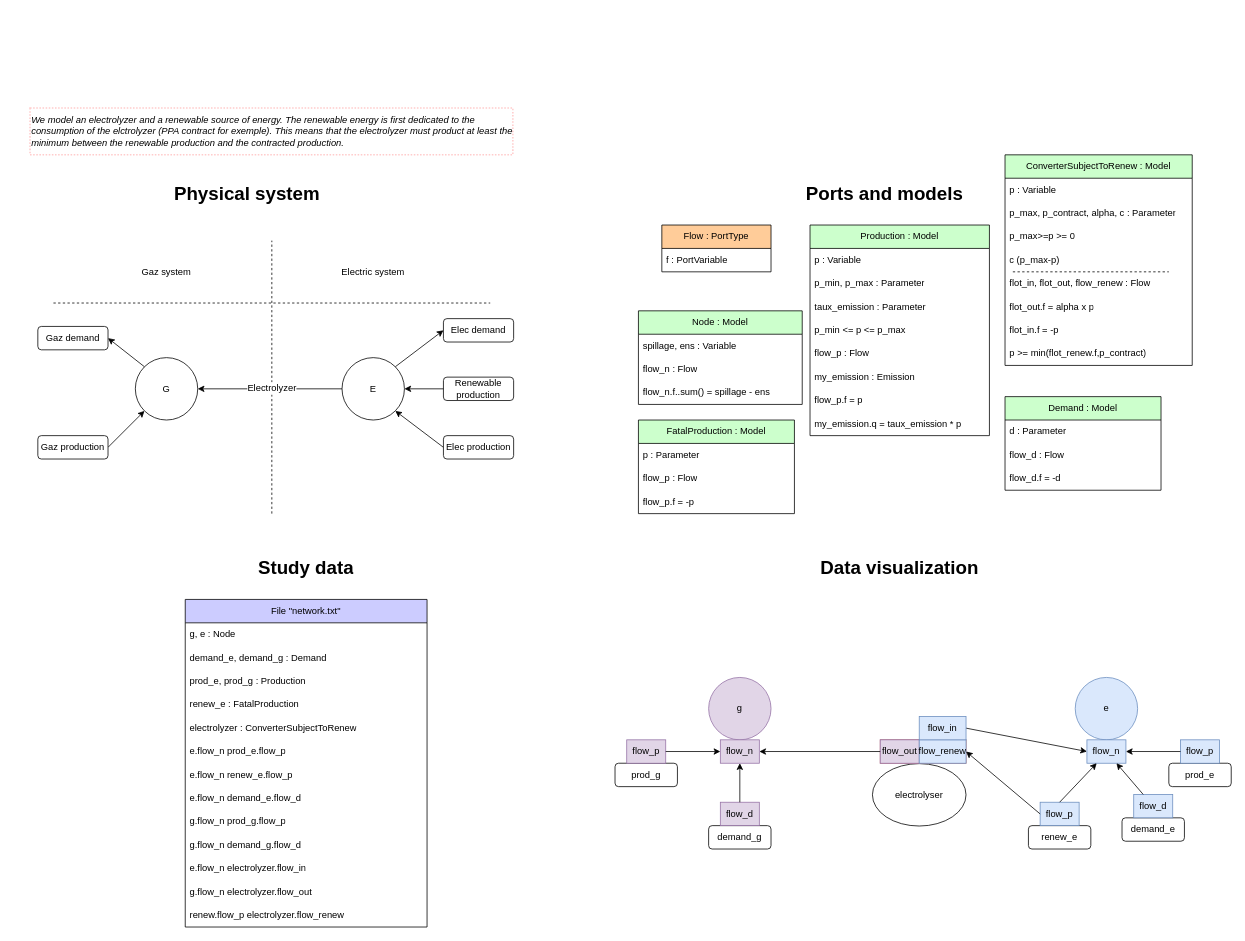
Above: page "systems_linked_by_electrolyzer" (3 of 3) of models-design/systems/electrolyzer_subject_to_renawable.drawio in AntaresSimulatorTeam/andromede-modeling-prototype (draw.io), before the change. Source tidied: cells renumbered, new cells numbered last; positions are measured from the earlier drawing's top-left corner, leaving out a move shared by most shapes. Both pictures are drawn from the tidied source at 78%, with x=0, y=0 at pixel (13, 108).
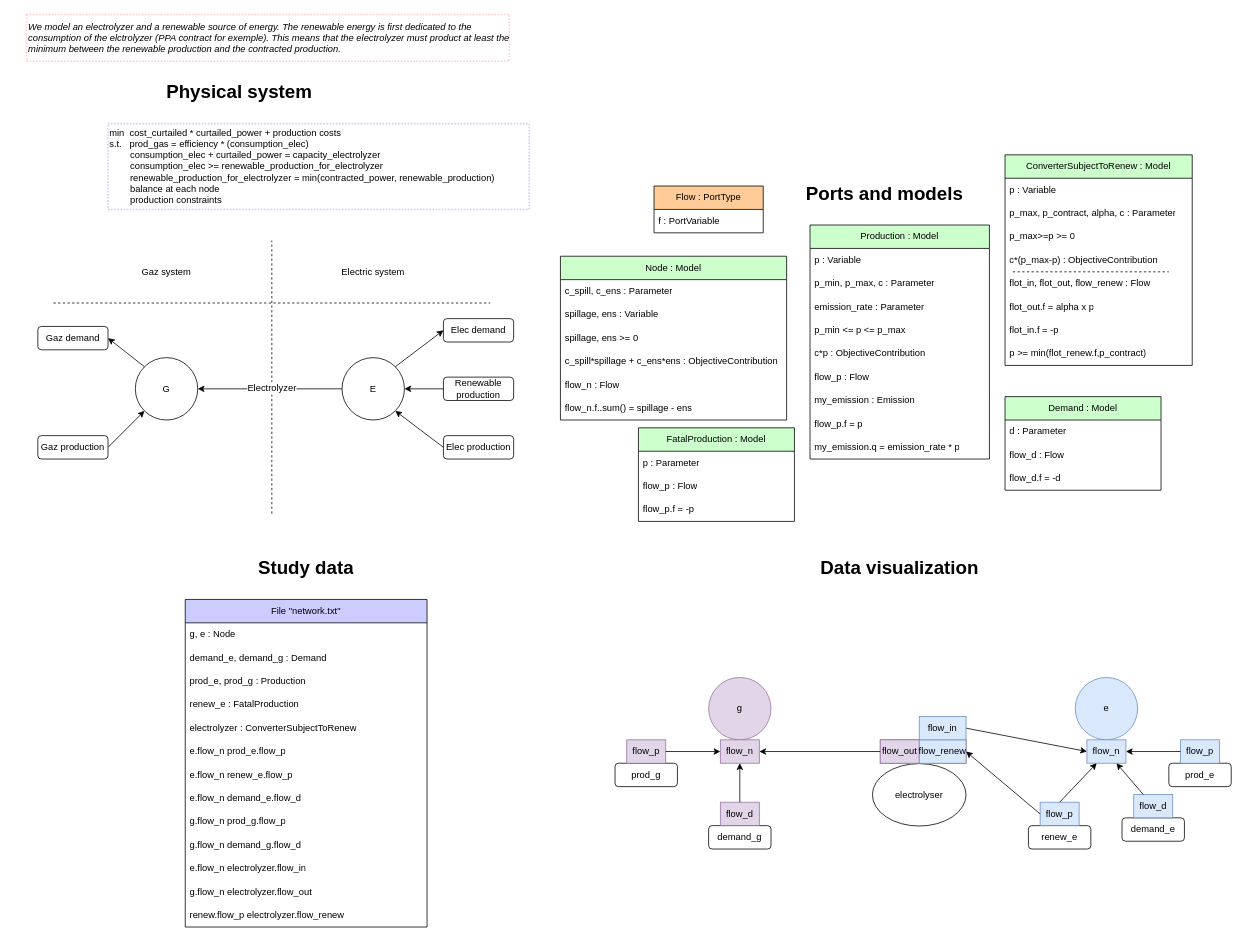
The same diagram, later.

The change refers to these unchanged cells:
```xml
<mxCell id="20" style="group;" parent="1" vertex="1">
  <mxGeometry x="781" y="90" width="730" height="460" as="geometry" />
</mxCell>
<mxCell id="28" value="&lt;font color=&quot;#000000&quot;&gt;ConverterSubjectToRenew : Model&lt;/font&gt;" style="swimlane;fontStyle=0;horizontal=1;startSize=30;whiteSpace=wrap;html=1;fillColor=#CCFFCC;" parent="20" vertex="1">
  <mxGeometry x="490" y="-30" width="240" height="270" as="geometry" />
</mxCell>
```

Diff of the diagram source:
```diff
@@
     <mxCell id="19" value="&lt;h1&gt;Physical system&lt;br&gt;&lt;/h1&gt;" style="text;html=1;strokeColor=none;fillColor=none;spacing=5;spacingTop=-20;whiteSpace=wrap;overflow=hidden;rounded=0;" parent="1" vertex="1">
-      <mxGeometry x="201" y="90" width="250" height="40" as="geometry" />
+      <mxGeometry x="191" y="-40" width="250" height="40" as="geometry" />
     </mxCell>
@@
     <mxCell id="22" value="Flow : PortType" style="swimlane;fontStyle=0;horizontal=1;startSize=30;whiteSpace=wrap;html=1;fillColor=#FFCC99;" parent="20" vertex="1">
-      <mxGeometry x="50" y="60" width="140" height="60" as="geometry" />
+      <mxGeometry x="40" y="10" width="140" height="60" as="geometry" />
     </mxCell>
@@
-    <mxCell id="24" value="Node : Model" style="swimlane;fontStyle=0;horizontal=1;startSize=30;whiteSpace=wrap;html=1;fillColor=#CCFFCC;fontColor=#000000;" parent="20" vertex="1">
-      <mxGeometry x="20" y="170" width="210" height="120" as="geometry" />
-    </mxCell>
-    <mxCell id="25" value="spillage, ens : Variable" style="text;strokeColor=none;fillColor=none;align=left;verticalAlign=middle;spacingLeft=4;spacingRight=4;overflow=hidden;whiteSpace=wrap;html=1;" parent="24" vertex="1">
-      <mxGeometry y="30" width="210" height="30" as="geometry" />
-    </mxCell>
-    <mxCell id="26" value="flow_n : Flow" style="text;strokeColor=none;fillColor=none;align=left;verticalAlign=middle;spacingLeft=4;spacingRight=4;overflow=hidden;whiteSpace=wrap;html=1;" parent="24" vertex="1">
-      <mxGeometry y="60" width="210" height="30" as="geometry" />
-    </mxCell>
-    <mxCell id="27" value="flow_n.f..sum() = spillage - ens" style="text;strokeColor=none;fillColor=none;align=left;verticalAlign=middle;spacingLeft=4;spacingRight=4;overflow=hidden;whiteSpace=wrap;html=1;" parent="24" vertex="1">
-      <mxGeometry y="90" width="210" height="30" as="geometry" />
-    </mxCell>
@@
-    <mxCell id="32" value="c (p_max-p)" style="text;strokeColor=none;fillColor=none;align=left;verticalAlign=middle;spacingLeft=4;spacingRight=4;overflow=hidden;whiteSpace=wrap;html=1;" parent="28" vertex="1">
+    <mxCell id="32" value="c*(p_max-p) : ObjectiveContribution" style="text;strokeColor=none;fillColor=none;align=left;verticalAlign=middle;spacingLeft=4;spacingRight=4;overflow=hidden;whiteSpace=wrap;html=1;" parent="28" vertex="1">
       <mxGeometry y="120" width="240" height="30" as="geometry" />
     </mxCell>
@@
     <mxCell id="42" value="FatalProduction : Model" style="swimlane;fontStyle=0;horizontal=1;startSize=30;whiteSpace=wrap;html=1;fillColor=#CCFFCC;fontColor=#000000;" parent="20" vertex="1">
-      <mxGeometry x="20" y="310" width="200" height="120" as="geometry" />
+      <mxGeometry x="20" y="320" width="200" height="120" as="geometry" />
     </mxCell>
@@
+    <mxCell id="24" value="Node : Model" style="swimlane;fontStyle=0;horizontal=1;startSize=30;whiteSpace=wrap;html=1;fillColor=#CCFFCC;fontColor=#000000;" parent="20" vertex="1">
+      <mxGeometry x="-80" y="100" width="290" height="210" as="geometry" />
+    </mxCell>
+    <mxCell id="110" value="c_spill, c_ens : Parameter" style="text;strokeColor=none;fillColor=none;align=left;verticalAlign=middle;spacingLeft=4;spacingRight=4;overflow=hidden;whiteSpace=wrap;html=1;" parent="24" vertex="1">
+      <mxGeometry y="30" width="290" height="30" as="geometry" />
+    </mxCell>
+    <mxCell id="25" value="spillage, ens : Variable" style="text;strokeColor=none;fillColor=none;align=left;verticalAlign=middle;spacingLeft=4;spacingRight=4;overflow=hidden;whiteSpace=wrap;html=1;" parent="24" vertex="1">
+      <mxGeometry y="60" width="290" height="30" as="geometry" />
+    </mxCell>
+    <mxCell id="111" value="spillage, ens &amp;gt;= 0" style="text;strokeColor=none;fillColor=none;align=left;verticalAlign=middle;spacingLeft=4;spacingRight=4;overflow=hidden;whiteSpace=wrap;html=1;" parent="24" vertex="1">
+      <mxGeometry y="90" width="290" height="30" as="geometry" />
+    </mxCell>
+    <mxCell id="112" value="c_spill*spillage + c_ens*ens : ObjectiveContribution" style="text;strokeColor=none;fillColor=none;align=left;verticalAlign=middle;spacingLeft=4;spacingRight=4;overflow=hidden;whiteSpace=wrap;html=1;" parent="24" vertex="1">
+      <mxGeometry y="120" width="290" height="30" as="geometry" />
+    </mxCell>
+    <mxCell id="26" value="flow_n : Flow" style="text;strokeColor=none;fillColor=none;align=left;verticalAlign=middle;spacingLeft=4;spacingRight=4;overflow=hidden;whiteSpace=wrap;html=1;" parent="24" vertex="1">
+      <mxGeometry y="150" width="290" height="30" as="geometry" />
+    </mxCell>
+    <mxCell id="27" value="flow_n.f..sum() = spillage - ens" style="text;strokeColor=none;fillColor=none;align=left;verticalAlign=middle;spacingLeft=4;spacingRight=4;overflow=hidden;whiteSpace=wrap;html=1;" parent="24" vertex="1">
+      <mxGeometry y="180" width="290" height="30" as="geometry" />
+    </mxCell>
@@
     <mxCell id="98" value="Production : Model" style="swimlane;fontStyle=0;horizontal=1;startSize=30;whiteSpace=wrap;html=1;fillColor=#CCFFCC;fontColor=#000000;" parent="1" vertex="1">
-      <mxGeometry x="1021" y="150" width="230" height="270" as="geometry" />
+      <mxGeometry x="1021" y="150" width="230" height="300" as="geometry" />
     </mxCell>
@@
-    <mxCell id="100" value="p_min, p_max : Parameter" style="text;strokeColor=none;fillColor=none;align=left;verticalAlign=middle;spacingLeft=4;spacingRight=4;overflow=hidden;whiteSpace=wrap;html=1;" parent="98" vertex="1">
+    <mxCell id="100" value="p_min, p_max, c : Parameter" style="text;strokeColor=none;fillColor=none;align=left;verticalAlign=middle;spacingLeft=4;spacingRight=4;overflow=hidden;whiteSpace=wrap;html=1;" parent="98" vertex="1">
       <mxGeometry y="60" width="230" height="30" as="geometry" />
     </mxCell>
-    <mxCell id="101" value="taux_emission : Parameter" style="text;strokeColor=none;fillColor=none;align=left;verticalAlign=middle;spacingLeft=4;spacingRight=4;overflow=hidden;whiteSpace=wrap;html=1;" parent="98" vertex="1">
+    <mxCell id="101" value="emission_rate : Parameter" style="text;strokeColor=none;fillColor=none;align=left;verticalAlign=middle;spacingLeft=4;spacingRight=4;overflow=hidden;whiteSpace=wrap;html=1;" parent="98" vertex="1">
       <mxGeometry y="90" width="230" height="30" as="geometry" />
     </mxCell>
@@
+    <mxCell id="113" value="c*p : ObjectiveContribution" style="text;strokeColor=none;fillColor=none;align=left;verticalAlign=middle;spacingLeft=4;spacingRight=4;overflow=hidden;whiteSpace=wrap;html=1;" parent="98" vertex="1">
+      <mxGeometry y="150" width="230" height="30" as="geometry" />
+    </mxCell>
     <mxCell id="103" value="flow_p : Flow" style="text;strokeColor=none;fillColor=none;align=left;verticalAlign=middle;spacingLeft=4;spacingRight=4;overflow=hidden;whiteSpace=wrap;html=1;" parent="98" vertex="1">
-      <mxGeometry y="150" width="230" height="30" as="geometry" />
+      <mxGeometry y="180" width="230" height="30" as="geometry" />
     </mxCell>
     <mxCell id="104" value="my_emission : Emission" style="text;strokeColor=none;fillColor=none;align=left;verticalAlign=middle;spacingLeft=4;spacingRight=4;overflow=hidden;whiteSpace=wrap;html=1;" parent="98" vertex="1">
-      <mxGeometry y="180" width="230" height="30" as="geometry" />
+      <mxGeometry y="210" width="230" height="30" as="geometry" />
     </mxCell>
     <mxCell id="105" value="flow_p.f = p" style="text;strokeColor=none;fillColor=none;align=left;verticalAlign=middle;spacingLeft=4;spacingRight=4;overflow=hidden;whiteSpace=wrap;html=1;" parent="98" vertex="1">
-      <mxGeometry y="210" width="230" height="30" as="geometry" />
+      <mxGeometry y="240" width="230" height="30" as="geometry" />
     </mxCell>
-    <mxCell id="106" value="my_emission.q = taux_emission * p" style="text;strokeColor=none;fillColor=none;align=left;verticalAlign=middle;spacingLeft=4;spacingRight=4;overflow=hidden;whiteSpace=wrap;html=1;" parent="98" vertex="1">
-      <mxGeometry y="240" width="230" height="30" as="geometry" />
+    <mxCell id="106" value="my_emission.q = emission_rate * p" style="text;strokeColor=none;fillColor=none;align=left;verticalAlign=middle;spacingLeft=4;spacingRight=4;overflow=hidden;whiteSpace=wrap;html=1;" parent="98" vertex="1">
+      <mxGeometry y="270" width="230" height="30" as="geometry" />
     </mxCell>
     <mxCell id="107" value="&lt;i&gt;We model an electrolyzer and a renewable source of energy. The renewable energy is first dedicated to the consumption of the elctrolyzer (PPA contract for exemple). This means that the electrolyzer must product at least the minimum between the renewable production and the contracted production.&amp;nbsp;&lt;/i&gt;" style="text;html=1;strokeColor=#FFCCCC;fillColor=none;align=left;verticalAlign=middle;whiteSpace=wrap;rounded=0;dashed=1;dashPattern=1 1;strokeWidth=2;" parent="1" vertex="1">
-      <mxGeometry x="21" width="619" height="60" as="geometry" />
+      <mxGeometry x="16.5" y="-120" width="619" height="60" as="geometry" />
     </mxCell>
@@
+    <mxCell id="114" value="min&amp;nbsp; cost_curtailed * curtailed_power + production costs&lt;br&gt;s.t.&amp;nbsp; &amp;nbsp;prod_gas = efficiency * (consumption_elec)&amp;nbsp;&lt;br&gt;&lt;span style=&quot;white-space: pre;&quot;&gt;&#9;&lt;/span&gt;consumption_elec + curtailed_power = capacity_electrolyzer&lt;br&gt;&lt;span style=&quot;white-space: pre;&quot;&gt;&#9;&lt;/span&gt;consumption_elec &amp;gt;= renewable_production_for_electrolyzer&lt;br&gt;&lt;span style=&quot;white-space: pre;&quot;&gt;&#9;&lt;/span&gt;renewable_production_for_electrolyzer = min(contracted_power, renewable_production)&lt;br&gt;&lt;span style=&quot;white-space: pre;&quot;&gt;&#9;&lt;/span&gt;balance at each node&lt;br&gt;&lt;span style=&quot;white-space: pre;&quot;&gt;&#9;&lt;/span&gt;production constraints" style="text;html=1;strokeColor=#CCCCFF;fillColor=none;align=left;verticalAlign=middle;whiteSpace=wrap;rounded=0;dashed=1;dashPattern=1 1;strokeWidth=2;" parent="1" vertex="1">
+      <mxGeometry x="121" y="20" width="540" height="110" as="geometry" />
+    </mxCell>
```
